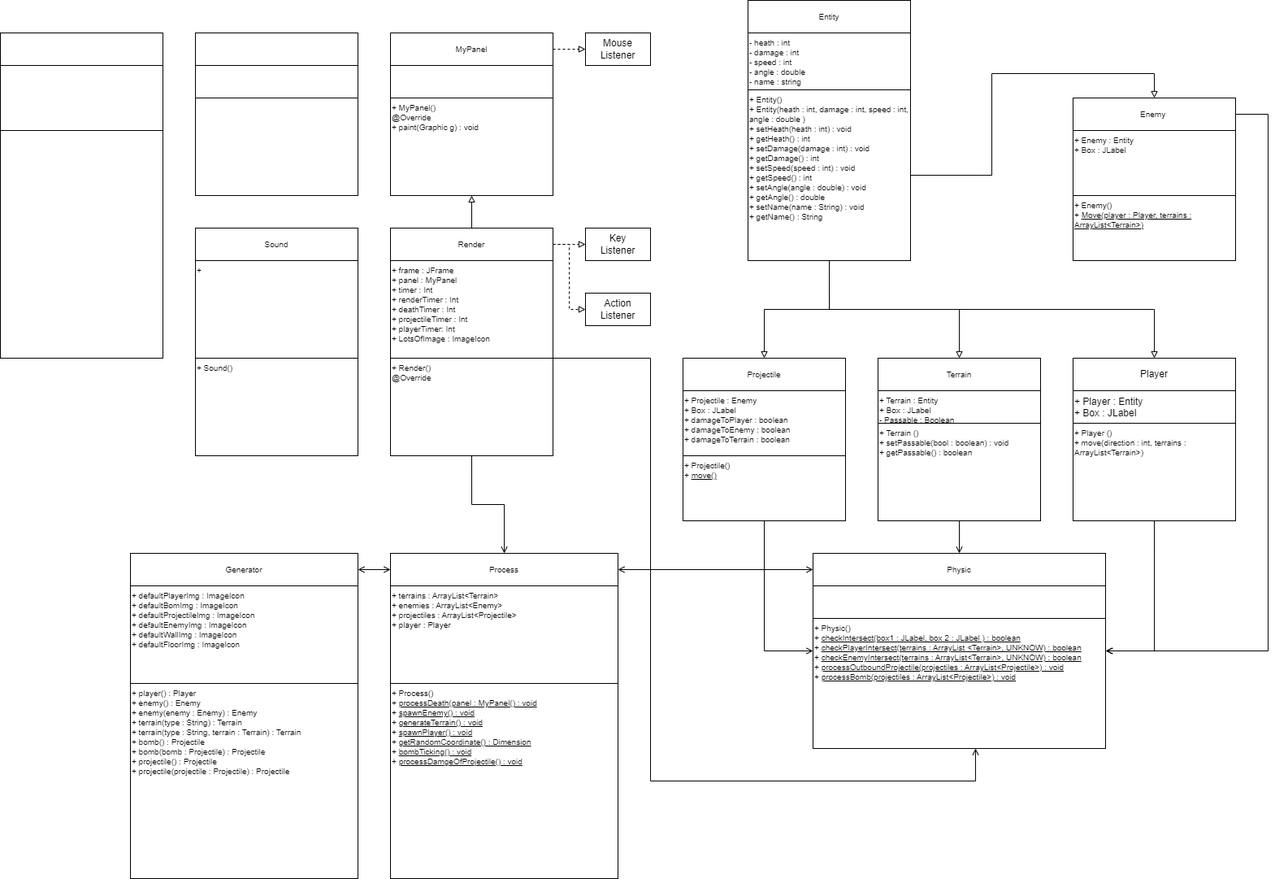
This is Guides/Class Diagram.drawio.png from Anh39/Bomberman, a draw.io export, as it was before one commit. Source tidied: cells renumbered, new cells last; positions are measured from the earlier drawing's top-left corner, leaving out a move shared by most shapes.
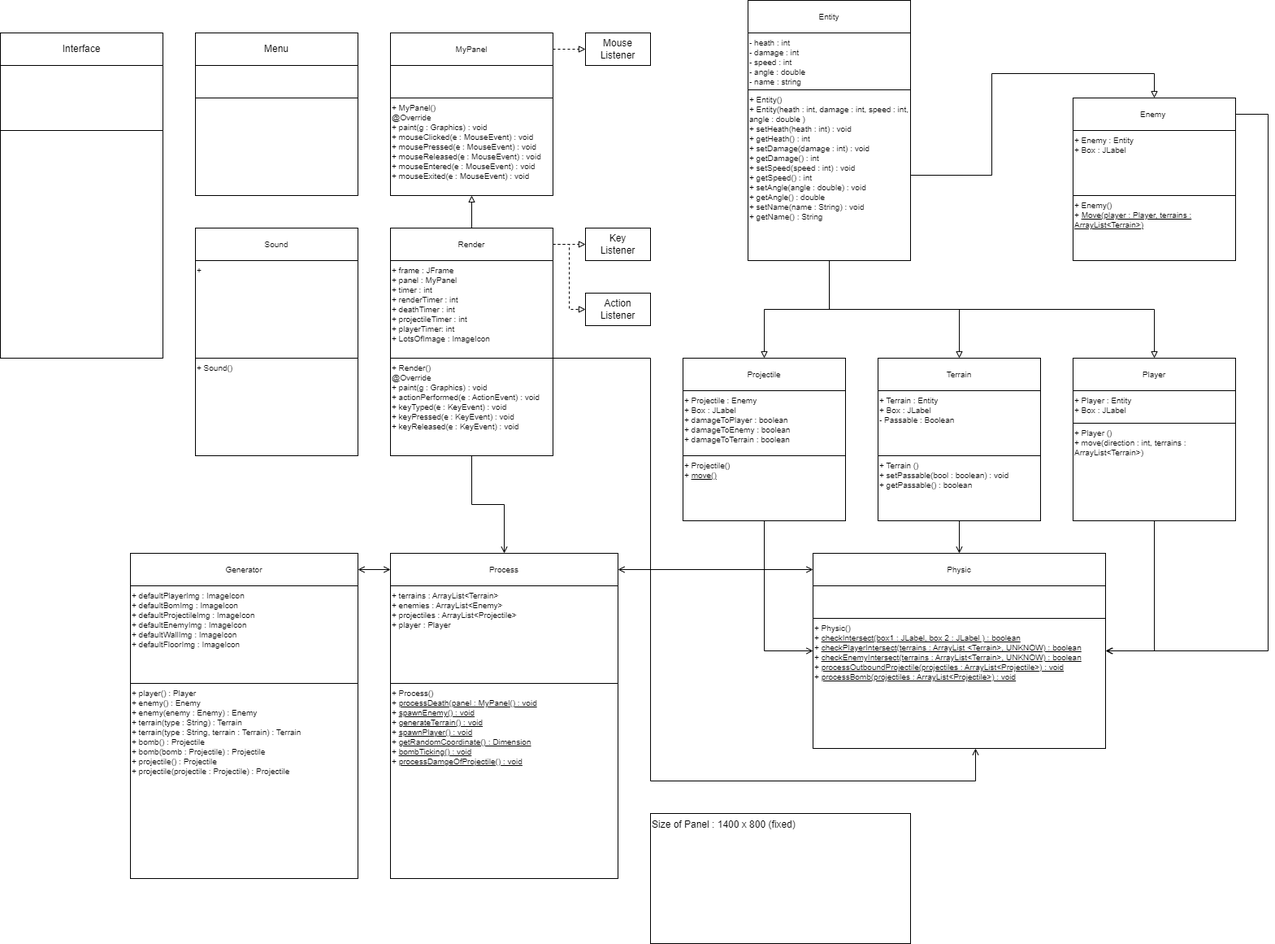
After the change.

Diff of the diagram source:
```diff
@@ -14,10 +14,10 @@
     <mxCell id="5" style="rounded=0;whiteSpace=wrap;html=1;" parent="1" vertex="1">
       <mxGeometry x="1320" y="120" width="200" height="200" as="geometry" />
     </mxCell>
-    <mxCell id="6" value="Player" style="rounded=0;whiteSpace=wrap;html=1;" parent="1" vertex="1">
+    <mxCell id="6" value="Player" style="rounded=0;whiteSpace=wrap;html=1;fontSize=10;" parent="1" vertex="1">
       <mxGeometry x="1320" y="440" width="200" height="40" as="geometry" />
     </mxCell>
-    <mxCell id="7" value="+ Player : Entity&lt;br&gt;+ Box : JLabel" style="rounded=0;whiteSpace=wrap;html=1;align=left;verticalAlign=top;" parent="1" vertex="1">
+    <mxCell id="7" value="+ Player : Entity&lt;br style=&quot;font-size: 10px;&quot;&gt;+ Box : JLabel" style="rounded=0;whiteSpace=wrap;html=1;align=left;verticalAlign=top;fontSize=10;" parent="1" vertex="1">
       <mxGeometry x="1320" y="480" width="200" height="40" as="geometry" />
     </mxCell>
     <mxCell id="8" style="rounded=0;whiteSpace=wrap;html=1;fontSize=10;" parent="1" vertex="1">
@@ -69,13 +69,13 @@
       <mxGeometry x="1080" y="440" width="200" height="40" as="geometry" />
     </mxCell>
     <mxCell id="22" value="+ Terrain : Entity&lt;br&gt;+ Box : JLabel&lt;br&gt;- Passable : Boolean" style="rounded=0;whiteSpace=wrap;html=1;fontSize=10;align=left;verticalAlign=top;" parent="1" vertex="1">
-      <mxGeometry x="1080" y="480" width="200" height="40" as="geometry" />
+      <mxGeometry x="1080" y="480" width="200" height="80" as="geometry" />
     </mxCell>
     <mxCell id="23" style="edgeStyle=orthogonalEdgeStyle;rounded=0;jettySize=auto;html=1;exitX=0.5;exitY=1;exitDx=0;exitDy=0;entryX=0.5;entryY=0;entryDx=0;entryDy=0;startArrow=none;startFill=0;endArrow=open;endFill=0;" parent="1" edge="1" source="24" target="33">
       <mxGeometry relative="1" as="geometry" />
     </mxCell>
     <mxCell id="24" value="+ Terrain ()&lt;br&gt;+ setPassable(bool : boolean) : void&lt;br&gt;+ getPassable() : boolean" style="rounded=0;whiteSpace=wrap;html=1;fontSize=10;align=left;verticalAlign=top;" parent="1" vertex="1">
-      <mxGeometry x="1080" y="520" width="200" height="120" as="geometry" />
+      <mxGeometry x="1080" y="560" width="200" height="80" as="geometry" />
     </mxCell>
     <mxCell id="25" style="edgeStyle=orthogonalEdgeStyle;rounded=0;jettySize=auto;html=1;exitX=0.5;exitY=1;exitDx=0;exitDy=0;entryX=1;entryY=0.25;entryDx=0;entryDy=0;startArrow=none;startFill=0;endArrow=open;endFill=0;" parent="1" edge="1" source="26" target="35">
       <mxGeometry relative="1" as="geometry" />
@@ -122,7 +122,7 @@
     <mxCell id="39" value="Render" style="rounded=0;whiteSpace=wrap;html=1;fontSize=10;" parent="1" vertex="1">
       <mxGeometry x="480" y="280" width="200" height="40" as="geometry" />
     </mxCell>
-    <mxCell id="40" value="+ frame : JFrame&lt;br&gt;+ panel : MyPanel&lt;br&gt;+ timer : Int&lt;br&gt;+ renderTimer : Int&lt;br&gt;+ deathTimer : Int&lt;br&gt;+ projectileTimer : Int&lt;br&gt;+ playerTimer: Int&lt;br&gt;+ LotsOfImage : ImageIcon" style="rounded=0;whiteSpace=wrap;html=1;fontSize=10;align=left;verticalAlign=top;" parent="1" vertex="1">
+    <mxCell id="40" value="+ frame : JFrame&lt;br&gt;+ panel : MyPanel&lt;br&gt;+ timer : int&lt;br&gt;+ renderTimer : int&lt;br&gt;+ deathTimer : int&lt;br&gt;+ projectileTimer : int&lt;br&gt;+ playerTimer: int&lt;br&gt;+ LotsOfImage : ImageIcon" style="rounded=0;whiteSpace=wrap;html=1;fontSize=10;align=left;verticalAlign=top;" parent="1" vertex="1">
       <mxGeometry x="480" y="320" width="200" height="120" as="geometry" />
     </mxCell>
     <mxCell id="41" style="edgeStyle=orthogonalEdgeStyle;rounded=0;jettySize=auto;html=1;exitX=1;exitY=0.5;exitDx=0;exitDy=0;entryX=0;entryY=0.5;entryDx=0;entryDy=0;endArrow=block;endFill=0;dashed=1;" parent="1" edge="1" source="42" target="71">
@@ -134,7 +134,7 @@
     <mxCell id="43" style="rounded=0;whiteSpace=wrap;html=1;fontSize=10;align=left;verticalAlign=top;" parent="1" vertex="1">
       <mxGeometry x="480" y="80" width="200" height="40" as="geometry" />
     </mxCell>
-    <mxCell id="44" value="+ MyPanel()&lt;br&gt;@Override&amp;nbsp;&lt;br&gt;+ paint(Graphic g) : void" style="rounded=0;whiteSpace=wrap;html=1;fontSize=10;align=left;verticalAlign=top;" parent="1" vertex="1">
+    <mxCell id="44" value="+ MyPanel()&lt;br&gt;@Override&amp;nbsp;&lt;br&gt;+ paint(g : Graphics) : void&lt;br&gt;+&amp;nbsp;mouseClicked(e : MouseEvent) : void&lt;br&gt;+ mousePressed(e : MouseEvent) : void&lt;br&gt;+ mouseReleased(e : MouseEvent) : void&lt;br&gt;+ mouseEntered(e : MouseEvent) : void&lt;br&gt;+ mouseExited(e : MouseEvent) : void" style="rounded=0;whiteSpace=wrap;html=1;fontSize=10;align=left;verticalAlign=top;" parent="1" vertex="1">
       <mxGeometry x="480" y="120" width="200" height="120" as="geometry" />
     </mxCell>
     <mxCell id="45" style="edgeStyle=orthogonalEdgeStyle;rounded=0;jettySize=auto;html=1;exitX=0.5;exitY=1;exitDx=0;exitDy=0;startArrow=none;startFill=0;endArrow=open;endFill=0;" parent="1" edge="1" source="47" target="50">
@@ -150,7 +150,7 @@
         </Array>
       </mxGeometry>
     </mxCell>
-    <mxCell id="47" value="+ Render()&lt;br&gt;@Override" style="rounded=0;whiteSpace=wrap;html=1;fontSize=10;align=left;verticalAlign=top;" parent="1" vertex="1">
+    <mxCell id="47" value="+ Render()&lt;br&gt;@Override&lt;br&gt;+ paint(g : Graphics) : void&lt;br&gt;+&amp;nbsp;actionPerformed(e : ActionEvent) : void&lt;br&gt;+ keyTyped(e : KeyEvent) : void&lt;br&gt;+ keyPressed(e : KeyEvent) : void&lt;br&gt;+ keyReleased(e : KeyEvent) : void&lt;br&gt;" style="rounded=0;whiteSpace=wrap;html=1;fontSize=10;align=left;verticalAlign=top;" parent="1" vertex="1">
       <mxGeometry x="480" y="440" width="200" height="120" as="geometry" />
     </mxCell>
     <mxCell id="48" style="rounded=0;whiteSpace=wrap;html=1;fontSize=10;" parent="1" vertex="1">
@@ -201,7 +201,7 @@
     <mxCell id="63" style="rounded=0;whiteSpace=wrap;html=1;" parent="1" vertex="1">
       <mxGeometry x="240" y="40" width="200" height="200" as="geometry" />
     </mxCell>
-    <mxCell id="64" style="rounded=0;whiteSpace=wrap;html=1;" parent="1" vertex="1">
+    <mxCell id="64" value="Menu" style="rounded=0;whiteSpace=wrap;html=1;" parent="1" vertex="1">
       <mxGeometry x="240" y="40" width="200" height="40" as="geometry" />
     </mxCell>
     <mxCell id="65" style="rounded=0;whiteSpace=wrap;html=1;" parent="1" vertex="1">
@@ -213,7 +213,7 @@
     <mxCell id="67" style="rounded=0;whiteSpace=wrap;html=1;" parent="1" vertex="1">
       <mxGeometry y="40" width="200" height="400" as="geometry" />
     </mxCell>
-    <mxCell id="68" style="rounded=0;whiteSpace=wrap;html=1;" parent="1" vertex="1">
+    <mxCell id="68" value="Interface" style="rounded=0;whiteSpace=wrap;html=1;" parent="1" vertex="1">
       <mxGeometry y="40" width="200" height="40" as="geometry" />
     </mxCell>
     <mxCell id="69" style="rounded=0;whiteSpace=wrap;html=1;" parent="1" vertex="1">
@@ -231,5 +231,8 @@
     <mxCell id="73" value="Action&lt;br&gt;Listener" style="rounded=0;whiteSpace=wrap;html=1;" parent="1" vertex="1">
       <mxGeometry x="720" y="360" width="80" height="40" as="geometry" />
     </mxCell>
+    <mxCell id="74" value="Size of Panel : 1400 x 800 (fixed)" style="rounded=0;whiteSpace=wrap;html=1;align=left;verticalAlign=top;" parent="1" vertex="1">
+      <mxGeometry x="800" y="1000" width="320" height="160" as="geometry" />
+    </mxCell>
   </root>
 </mxGraphModel>
```
